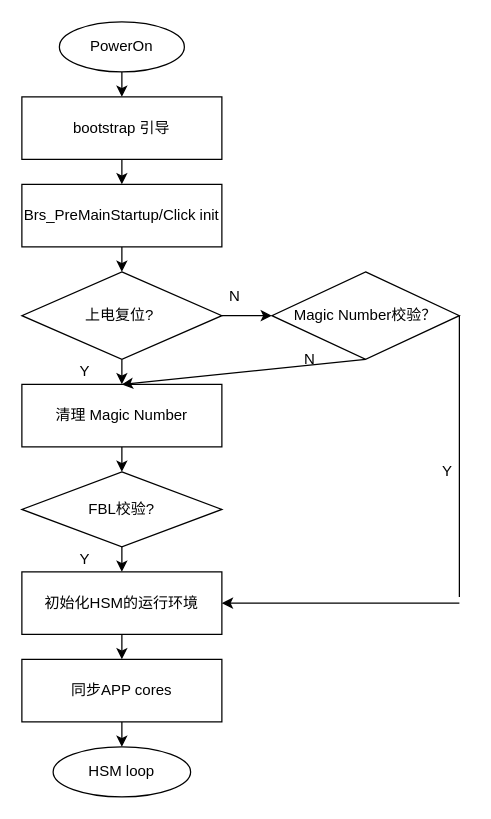
The draw.io diagram page "HSM" (4 of 4) of Untitled Diagram.drawio in muxi01/process_scheme, before the edit. Source tidied: cells renumbered, new cells numbered last; positions are measured from the earlier drawing's top-left corner, leaving out a move shared by most shapes. Both pictures are drawn from the tidied source at 125%, with x=0, y=0 at pixel (21, 21).
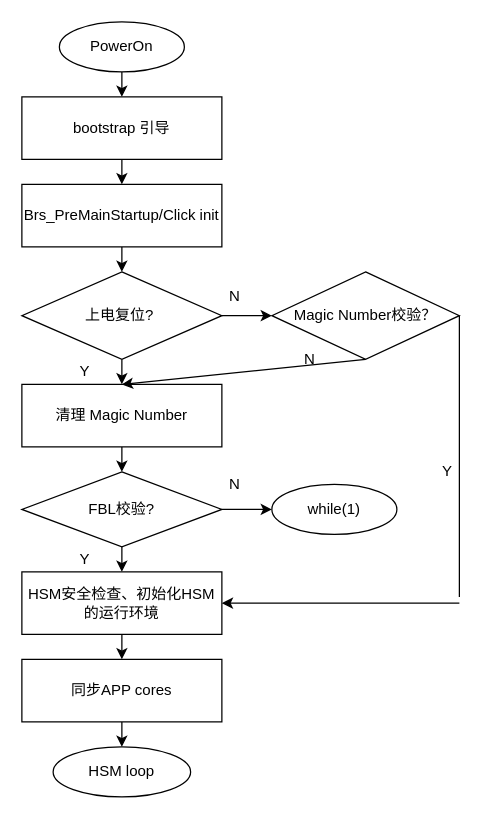
After the change.

Unchanged cells that the change refers to:
```xml
<mxCell id="13" value="FBL校验?" style="rhombus;whiteSpace=wrap;html=1;" parent="1" vertex="1">
  <mxGeometry y="360" width="160" height="60" as="geometry" />
</mxCell>
```

Change to the diagram source:
```diff
@@
-    <mxCell id="14" value="初始化HSM的运行环境" style="rounded=0;whiteSpace=wrap;html=1;" parent="1" vertex="1">
+    <mxCell id="14" value="HSM安全检查、初始化HSM的运行环境" style="rounded=0;whiteSpace=wrap;html=1;" parent="1" vertex="1">
       <mxGeometry y="440" width="160" height="50" as="geometry" />
     </mxCell>
@@
+    <mxCell id="29" value="while(1)" style="ellipse;whiteSpace=wrap;html=1;" parent="1" vertex="1">
+      <mxGeometry x="200" y="370" width="100" height="40" as="geometry" />
+    </mxCell>
+    <mxCell id="30" style="endArrow=classic;html=1;rounded=0;exitX=1;exitY=0.5;exitDx=0;exitDy=0;entryX=0;entryY=0.5;entryDx=0;entryDy=0;" parent="1" edge="1" source="13" target="29">
+      <mxGeometry relative="1" as="geometry" />
+    </mxCell>
+    <mxCell id="31" value="N" style="text;html=1;align=center;verticalAlign=middle;fillColor=none;strokeColor=none;rounded=0;" parent="1" vertex="1">
+      <mxGeometry x="160" y="360" width="20" height="20" as="geometry" />
+    </mxCell>
```
